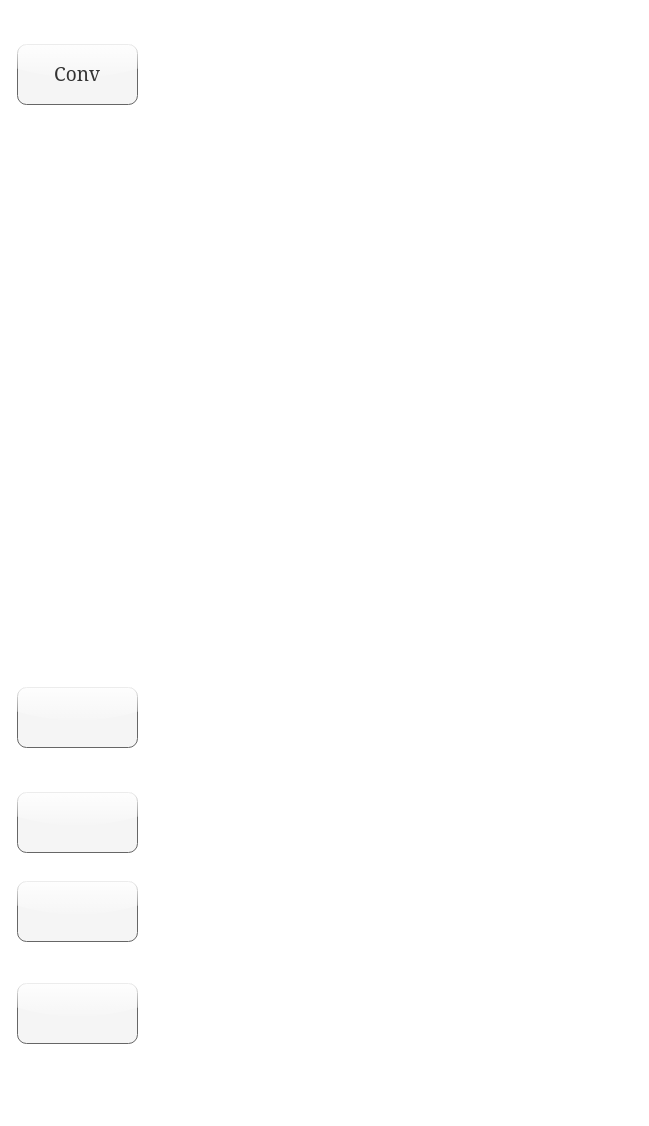
The draw.io diagram test.drawio in xingkongyuan22/xingkongyuan22, before the edit. Source tidied: cells renumbered, new cells numbered last; positions are measured from the earlier drawing's top-left corner, leaving out a move shared by most shapes. Both pictures are drawn from the tidied source at 100%, with x=0, y=0 at pixel (17, 44).
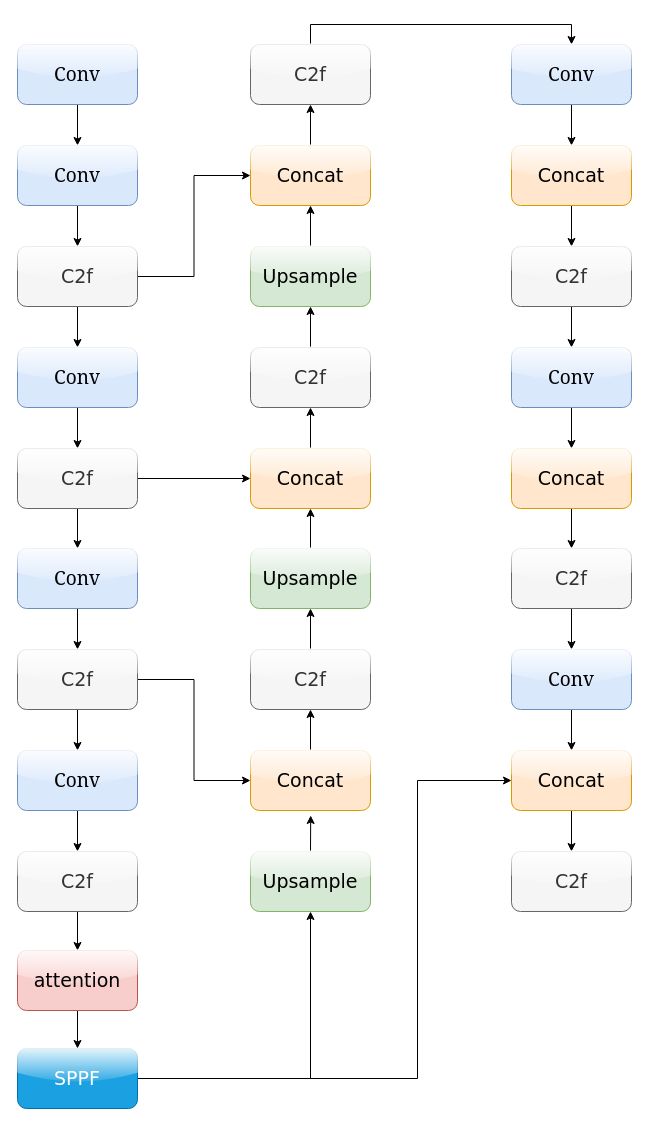
The same diagram, later.

The edit, as a diff of the source:
```diff
@@
+    <mxCell id="7" style="edgeStyle=orthogonalEdgeStyle;rounded=0;jettySize=auto;html=1;exitX=0.5;exitY=1;exitDx=0;exitDy=0;entryX=0.5;entryY=0;entryDx=0;entryDy=0;" parent="1" edge="1" source="2" target="9">
+      <mxGeometry relative="1" as="geometry" />
+    </mxCell>
-    <mxCell id="2" value="&lt;font face=&quot;Georgia&quot; style=&quot;font-size: 19px;&quot;&gt;Conv&lt;/font&gt;" style="rounded=1;whiteSpace=wrap;html=1;glass=1;fillColor=#f5f5f5;strokeColor=#666666;fontColor=#333333;" parent="1" vertex="1">
+    <mxCell id="2" value="&lt;font face=&quot;Georgia&quot; style=&quot;font-size: 19px;&quot;&gt;Conv&lt;/font&gt;" style="rounded=1;whiteSpace=wrap;html=1;glass=1;fillColor=#dae8fc;strokeColor=#6c8ebf;" parent="1" vertex="1">
       <mxGeometry width="120" height="60" as="geometry" />
     </mxCell>
-    <mxCell id="3" style="rounded=1;whiteSpace=wrap;html=1;glass=1;fillColor=#f5f5f5;strokeColor=#666666;fontColor=#333333;" parent="1" vertex="1">
-      <mxGeometry y="643" width="120" height="60" as="geometry" />
-    </mxCell>
-    <mxCell id="4" style="rounded=1;whiteSpace=wrap;html=1;glass=1;fillColor=#f5f5f5;strokeColor=#666666;fontColor=#333333;" parent="1" vertex="1">
-      <mxGeometry y="748" width="120" height="60" as="geometry" />
-    </mxCell>
-    <mxCell id="5" style="rounded=1;whiteSpace=wrap;html=1;glass=1;fillColor=#f5f5f5;strokeColor=#666666;fontColor=#333333;" parent="1" vertex="1">
-      <mxGeometry y="837" width="120" height="60" as="geometry" />
-    </mxCell>
-    <mxCell id="6" style="rounded=1;whiteSpace=wrap;html=1;glass=1;fillColor=#f5f5f5;strokeColor=#666666;fontColor=#333333;" parent="1" vertex="1">
-      <mxGeometry y="939" width="120" height="60" as="geometry" />
-    </mxCell>
+    <mxCell id="8" style="edgeStyle=orthogonalEdgeStyle;rounded=0;jettySize=auto;html=1;exitX=0.5;exitY=1;exitDx=0;exitDy=0;" parent="1" edge="1" source="9" target="12">
+      <mxGeometry relative="1" as="geometry" />
+    </mxCell>
+    <mxCell id="9" value="&lt;font face=&quot;Georgia&quot; style=&quot;font-size: 19px;&quot;&gt;Conv&lt;/font&gt;" style="rounded=1;whiteSpace=wrap;html=1;glass=1;fillColor=#dae8fc;strokeColor=#6c8ebf;" parent="1" vertex="1">
+      <mxGeometry y="101" width="120" height="60" as="geometry" />
+    </mxCell>
+    <mxCell id="10" style="edgeStyle=orthogonalEdgeStyle;rounded=0;jettySize=auto;html=1;exitX=0.5;exitY=1;exitDx=0;exitDy=0;" parent="1" edge="1" source="12" target="14">
+      <mxGeometry relative="1" as="geometry" />
+    </mxCell>
+    <mxCell id="11" style="edgeStyle=orthogonalEdgeStyle;rounded=0;jettySize=auto;html=1;exitX=1;exitY=0.5;exitDx=0;exitDy=0;entryX=0;entryY=0.5;entryDx=0;entryDy=0;" parent="1" edge="1" source="12" target="47">
+      <mxGeometry relative="1" as="geometry" />
+    </mxCell>
+    <mxCell id="12" value="&lt;font face=&quot;Verdana&quot;&gt;&lt;font style=&quot;font-size: 19px;&quot;&gt;C&lt;/font&gt;&lt;font style=&quot;font-size: 19px;&quot;&gt;2f&lt;/font&gt;&lt;/font&gt;" style="rounded=1;whiteSpace=wrap;html=1;glass=1;fillColor=#f5f5f5;fontColor=#333333;strokeColor=#666666;" parent="1" vertex="1">
+      <mxGeometry y="202" width="120" height="60" as="geometry" />
+    </mxCell>
+    <mxCell id="13" style="edgeStyle=orthogonalEdgeStyle;rounded=0;jettySize=auto;html=1;exitX=0.5;exitY=1;exitDx=0;exitDy=0;" parent="1" edge="1" source="14" target="17">
+      <mxGeometry relative="1" as="geometry" />
+    </mxCell>
+    <mxCell id="14" value="&lt;font face=&quot;Georgia&quot; style=&quot;font-size: 19px;&quot;&gt;Conv&lt;/font&gt;" style="rounded=1;whiteSpace=wrap;html=1;glass=1;fillColor=#dae8fc;strokeColor=#6c8ebf;" parent="1" vertex="1">
+      <mxGeometry y="303" width="120" height="60" as="geometry" />
+    </mxCell>
+    <mxCell id="15" style="edgeStyle=orthogonalEdgeStyle;rounded=0;jettySize=auto;html=1;exitX=0.5;exitY=1;exitDx=0;exitDy=0;entryX=0.5;entryY=0;entryDx=0;entryDy=0;" parent="1" edge="1" source="17" target="19">
+      <mxGeometry relative="1" as="geometry" />
+    </mxCell>
+    <mxCell id="16" style="edgeStyle=orthogonalEdgeStyle;rounded=0;jettySize=auto;html=1;exitX=1;exitY=0.5;exitDx=0;exitDy=0;" parent="1" edge="1" source="17" target="35">
+      <mxGeometry relative="1" as="geometry" />
+    </mxCell>
+    <mxCell id="17" value="&lt;font face=&quot;Verdana&quot;&gt;&lt;font style=&quot;font-size: 19px;&quot;&gt;C&lt;/font&gt;&lt;font style=&quot;font-size: 19px;&quot;&gt;2f&lt;/font&gt;&lt;/font&gt;" style="rounded=1;whiteSpace=wrap;html=1;glass=1;fillColor=#f5f5f5;fontColor=#333333;strokeColor=#666666;" parent="1" vertex="1">
+      <mxGeometry y="404" width="120" height="60" as="geometry" />
+    </mxCell>
+    <mxCell id="18" style="edgeStyle=orthogonalEdgeStyle;rounded=0;jettySize=auto;html=1;exitX=0.5;exitY=1;exitDx=0;exitDy=0;entryX=0.5;entryY=0;entryDx=0;entryDy=0;" parent="1" edge="1" source="19" target="22">
+      <mxGeometry relative="1" as="geometry" />
+    </mxCell>
+    <mxCell id="19" value="&lt;font face=&quot;Georgia&quot; style=&quot;font-size: 19px;&quot;&gt;Conv&lt;/font&gt;" style="rounded=1;whiteSpace=wrap;html=1;glass=1;fillColor=#dae8fc;strokeColor=#6c8ebf;" parent="1" vertex="1">
+      <mxGeometry y="504" width="120" height="60" as="geometry" />
+    </mxCell>
+    <mxCell id="20" style="edgeStyle=orthogonalEdgeStyle;rounded=0;jettySize=auto;html=1;exitX=0.5;exitY=1;exitDx=0;exitDy=0;entryX=0.5;entryY=0;entryDx=0;entryDy=0;" parent="1" edge="1" source="22" target="24">
+      <mxGeometry relative="1" as="geometry" />
+    </mxCell>
+    <mxCell id="21" style="edgeStyle=orthogonalEdgeStyle;rounded=0;jettySize=auto;html=1;exitX=1;exitY=0.5;exitDx=0;exitDy=0;entryX=0;entryY=0.5;entryDx=0;entryDy=0;" parent="1" edge="1" source="22" target="41">
+      <mxGeometry relative="1" as="geometry" />
+    </mxCell>
+    <mxCell id="22" value="&lt;font face=&quot;Verdana&quot;&gt;&lt;font style=&quot;font-size: 19px;&quot;&gt;C&lt;/font&gt;&lt;font style=&quot;font-size: 19px;&quot;&gt;2f&lt;/font&gt;&lt;/font&gt;" style="rounded=1;whiteSpace=wrap;html=1;glass=1;fillColor=#f5f5f5;fontColor=#333333;strokeColor=#666666;" parent="1" vertex="1">
+      <mxGeometry y="605" width="120" height="60" as="geometry" />
+    </mxCell>
+    <mxCell id="23" style="edgeStyle=orthogonalEdgeStyle;rounded=0;jettySize=auto;html=1;exitX=0.5;exitY=1;exitDx=0;exitDy=0;" parent="1" edge="1" source="24" target="26">
+      <mxGeometry relative="1" as="geometry" />
+    </mxCell>
+    <mxCell id="24" value="&lt;font face=&quot;Georgia&quot; style=&quot;font-size: 19px;&quot;&gt;Conv&lt;/font&gt;" style="rounded=1;whiteSpace=wrap;html=1;glass=1;fillColor=#dae8fc;strokeColor=#6c8ebf;" parent="1" vertex="1">
+      <mxGeometry y="706" width="120" height="60" as="geometry" />
+    </mxCell>
+    <mxCell id="25" style="edgeStyle=orthogonalEdgeStyle;rounded=0;jettySize=auto;html=1;exitX=0.5;exitY=1;exitDx=0;exitDy=0;entryX=0.5;entryY=0;entryDx=0;entryDy=0;" parent="1" edge="1" source="26" target="31">
+      <mxGeometry relative="1" as="geometry" />
+    </mxCell>
+    <mxCell id="26" value="&lt;font face=&quot;Verdana&quot;&gt;&lt;font style=&quot;font-size: 19px;&quot;&gt;C&lt;/font&gt;&lt;font style=&quot;font-size: 19px;&quot;&gt;2f&lt;/font&gt;&lt;/font&gt;" style="rounded=1;whiteSpace=wrap;html=1;glass=1;fillColor=#f5f5f5;fontColor=#333333;strokeColor=#666666;" parent="1" vertex="1">
+      <mxGeometry y="807" width="120" height="60" as="geometry" />
+    </mxCell>
+    <mxCell id="27" style="edgeStyle=orthogonalEdgeStyle;rounded=0;jettySize=auto;html=1;exitX=1;exitY=0.5;exitDx=0;exitDy=0;entryX=0.5;entryY=1;entryDx=0;entryDy=0;" parent="1" edge="1" source="29" target="43">
+      <mxGeometry relative="1" as="geometry" />
+    </mxCell>
+    <mxCell id="28" style="edgeStyle=orthogonalEdgeStyle;rounded=0;jettySize=auto;html=1;exitX=1;exitY=0.5;exitDx=0;exitDy=0;entryX=0;entryY=0.5;entryDx=0;entryDy=0;" parent="1" edge="1" source="29" target="65">
+      <mxGeometry relative="1" as="geometry">
+        <Array as="points">
+          <mxPoint x="400" y="1034" />
+          <mxPoint x="400" y="736" />
+        </Array>
+      </mxGeometry>
+    </mxCell>
+    <mxCell id="29" value="&lt;font face=&quot;Verdana&quot;&gt;&lt;span style=&quot;font-size: 19px;&quot;&gt;SPPF&lt;/span&gt;&lt;/font&gt;" style="rounded=1;whiteSpace=wrap;html=1;glass=1;fillColor=#1ba1e2;fontColor=#ffffff;strokeColor=#006EAF;" parent="1" vertex="1">
+      <mxGeometry y="1004" width="120" height="60" as="geometry" />
+    </mxCell>
+    <mxCell id="30" style="edgeStyle=orthogonalEdgeStyle;rounded=0;jettySize=auto;html=1;exitX=0.5;exitY=1;exitDx=0;exitDy=0;entryX=0.5;entryY=0;entryDx=0;entryDy=0;" parent="1" edge="1" source="31" target="29">
+      <mxGeometry relative="1" as="geometry" />
+    </mxCell>
+    <mxCell id="31" value="&lt;font face=&quot;Verdana&quot;&gt;&lt;span style=&quot;font-size: 19px;&quot;&gt;attention&lt;/span&gt;&lt;/font&gt;" style="rounded=1;whiteSpace=wrap;html=1;glass=1;fillColor=#f8cecc;strokeColor=#b85450;" parent="1" vertex="1">
+      <mxGeometry y="906" width="120" height="60" as="geometry" />
+    </mxCell>
+    <mxCell id="32" style="edgeStyle=orthogonalEdgeStyle;rounded=0;jettySize=auto;html=1;exitX=0.5;exitY=0;exitDx=0;exitDy=0;" parent="1" edge="1" source="33" target="49">
+      <mxGeometry relative="1" as="geometry" />
+    </mxCell>
+    <mxCell id="33" value="&lt;font face=&quot;Verdana&quot;&gt;&lt;font style=&quot;font-size: 19px;&quot;&gt;C&lt;/font&gt;&lt;font style=&quot;font-size: 19px;&quot;&gt;2f&lt;/font&gt;&lt;/font&gt;" style="rounded=1;whiteSpace=wrap;html=1;glass=1;fillColor=#f5f5f5;fontColor=#333333;strokeColor=#666666;flipH=1;" parent="1" vertex="1">
+      <mxGeometry x="233" y="303" width="120" height="60" as="geometry" />
+    </mxCell>
+    <mxCell id="34" style="edgeStyle=orthogonalEdgeStyle;rounded=0;jettySize=auto;html=1;exitX=0.5;exitY=0;exitDx=0;exitDy=0;entryX=0.5;entryY=1;entryDx=0;entryDy=0;" parent="1" edge="1" source="35" target="33">
+      <mxGeometry relative="1" as="geometry" />
+    </mxCell>
+    <mxCell id="35" value="&lt;font face=&quot;Verdana&quot;&gt;&lt;span style=&quot;font-size: 19px;&quot;&gt;Concat&lt;/span&gt;&lt;/font&gt;" style="rounded=1;whiteSpace=wrap;html=1;glass=1;fillColor=#ffe6cc;strokeColor=#d79b00;flipH=1;" parent="1" vertex="1">
+      <mxGeometry x="233" y="404" width="120" height="60" as="geometry" />
+    </mxCell>
+    <mxCell id="36" style="edgeStyle=orthogonalEdgeStyle;rounded=0;jettySize=auto;html=1;exitX=0.5;exitY=0;exitDx=0;exitDy=0;entryX=0.5;entryY=1;entryDx=0;entryDy=0;" parent="1" edge="1" source="37" target="35">
+      <mxGeometry relative="1" as="geometry" />
+    </mxCell>
+    <mxCell id="37" value="&lt;font face=&quot;Verdana&quot;&gt;&lt;span style=&quot;font-size: 19px;&quot;&gt;Upsample&lt;/span&gt;&lt;/font&gt;" style="rounded=1;whiteSpace=wrap;html=1;glass=1;fillColor=#d5e8d4;strokeColor=#82b366;flipH=1;" parent="1" vertex="1">
+      <mxGeometry x="233" y="504" width="120" height="60" as="geometry" />
+    </mxCell>
+    <mxCell id="38" style="edgeStyle=orthogonalEdgeStyle;rounded=0;jettySize=auto;html=1;exitX=0.5;exitY=0;exitDx=0;exitDy=0;entryX=0.5;entryY=1;entryDx=0;entryDy=0;" parent="1" edge="1" source="39" target="37">
+      <mxGeometry relative="1" as="geometry" />
+    </mxCell>
+    <mxCell id="39" value="&lt;font face=&quot;Verdana&quot;&gt;&lt;font style=&quot;font-size: 19px;&quot;&gt;C&lt;/font&gt;&lt;font style=&quot;font-size: 19px;&quot;&gt;2f&lt;/font&gt;&lt;/font&gt;" style="rounded=1;whiteSpace=wrap;html=1;glass=1;fillColor=#f5f5f5;fontColor=#333333;strokeColor=#666666;flipH=1;" parent="1" vertex="1">
+      <mxGeometry x="233" y="605" width="120" height="60" as="geometry" />
+    </mxCell>
+    <mxCell id="40" style="edgeStyle=orthogonalEdgeStyle;rounded=0;jettySize=auto;html=1;exitX=0.5;exitY=0;exitDx=0;exitDy=0;entryX=0.5;entryY=1;entryDx=0;entryDy=0;" parent="1" edge="1" source="41" target="39">
+      <mxGeometry relative="1" as="geometry" />
+    </mxCell>
+    <mxCell id="41" value="&lt;font face=&quot;Verdana&quot;&gt;&lt;span style=&quot;font-size: 19px;&quot;&gt;Concat&lt;/span&gt;&lt;/font&gt;" style="rounded=1;whiteSpace=wrap;html=1;glass=1;fillColor=#ffe6cc;strokeColor=#d79b00;flipH=1;" parent="1" vertex="1">
+      <mxGeometry x="233" y="706" width="120" height="60" as="geometry" />
+    </mxCell>
+    <mxCell id="42" style="edgeStyle=orthogonalEdgeStyle;rounded=0;jettySize=auto;html=1;exitX=0.5;exitY=0;exitDx=0;exitDy=0;" parent="1" edge="1" source="43">
+      <mxGeometry relative="1" as="geometry">
+        <mxPoint x="293.2" y="771" as="targetPoint" />
+      </mxGeometry>
+    </mxCell>
+    <mxCell id="43" value="&lt;font face=&quot;Verdana&quot;&gt;&lt;span style=&quot;font-size: 19px;&quot;&gt;Upsample&lt;/span&gt;&lt;/font&gt;" style="rounded=1;whiteSpace=wrap;html=1;glass=1;fillColor=#d5e8d4;strokeColor=#82b366;flipH=1;" parent="1" vertex="1">
+      <mxGeometry x="233" y="807" width="120" height="60" as="geometry" />
+    </mxCell>
+    <mxCell id="44" style="edgeStyle=orthogonalEdgeStyle;rounded=0;jettySize=auto;html=1;exitX=0.5;exitY=0;exitDx=0;exitDy=0;entryX=0.5;entryY=0;entryDx=0;entryDy=0;" parent="1" edge="1" source="45" target="51">
+      <mxGeometry relative="1" as="geometry" />
+    </mxCell>
+    <mxCell id="45" value="&lt;font face=&quot;Verdana&quot;&gt;&lt;font style=&quot;font-size: 19px;&quot;&gt;C&lt;/font&gt;&lt;font style=&quot;font-size: 19px;&quot;&gt;2f&lt;/font&gt;&lt;/font&gt;" style="rounded=1;whiteSpace=wrap;html=1;glass=1;fillColor=#f5f5f5;fontColor=#333333;strokeColor=#666666;flipH=1;" parent="1" vertex="1">
+      <mxGeometry x="233" width="120" height="60" as="geometry" />
+    </mxCell>
+    <mxCell id="46" style="edgeStyle=orthogonalEdgeStyle;rounded=0;jettySize=auto;html=1;exitX=0.5;exitY=0;exitDx=0;exitDy=0;entryX=0.5;entryY=1;entryDx=0;entryDy=0;" parent="1" edge="1" source="47" target="45">
+      <mxGeometry relative="1" as="geometry" />
+    </mxCell>
+    <mxCell id="47" value="&lt;font face=&quot;Verdana&quot;&gt;&lt;span style=&quot;font-size: 19px;&quot;&gt;Concat&lt;/span&gt;&lt;/font&gt;" style="rounded=1;whiteSpace=wrap;html=1;glass=1;fillColor=#ffe6cc;strokeColor=#d79b00;flipH=1;" parent="1" vertex="1">
+      <mxGeometry x="233" y="101" width="120" height="60" as="geometry" />
+    </mxCell>
+    <mxCell id="48" style="edgeStyle=orthogonalEdgeStyle;rounded=0;jettySize=auto;html=1;exitX=0.5;exitY=0;exitDx=0;exitDy=0;entryX=0.5;entryY=1;entryDx=0;entryDy=0;" parent="1" edge="1" source="49" target="47">
+      <mxGeometry relative="1" as="geometry" />
+    </mxCell>
+    <mxCell id="49" value="&lt;font face=&quot;Verdana&quot;&gt;&lt;span style=&quot;font-size: 19px;&quot;&gt;Upsample&lt;/span&gt;&lt;/font&gt;" style="rounded=1;whiteSpace=wrap;html=1;glass=1;fillColor=#d5e8d4;strokeColor=#82b366;flipH=1;" parent="1" vertex="1">
+      <mxGeometry x="233" y="202" width="120" height="60" as="geometry" />
+    </mxCell>
+    <mxCell id="50" style="edgeStyle=orthogonalEdgeStyle;rounded=0;jettySize=auto;html=1;exitX=0.5;exitY=1;exitDx=0;exitDy=0;entryX=0.5;entryY=0;entryDx=0;entryDy=0;" parent="1" edge="1" source="51" target="53">
+      <mxGeometry relative="1" as="geometry" />
+    </mxCell>
+    <mxCell id="51" value="&lt;font face=&quot;Georgia&quot; style=&quot;font-size: 19px;&quot;&gt;Conv&lt;/font&gt;" style="rounded=1;whiteSpace=wrap;html=1;glass=1;fillColor=#dae8fc;strokeColor=#6c8ebf;" parent="1" vertex="1">
+      <mxGeometry x="494" width="120" height="60" as="geometry" />
+    </mxCell>
+    <mxCell id="52" style="edgeStyle=orthogonalEdgeStyle;rounded=0;jettySize=auto;html=1;exitX=0.5;exitY=1;exitDx=0;exitDy=0;entryX=0.5;entryY=0;entryDx=0;entryDy=0;" parent="1" edge="1" source="53" target="55">
+      <mxGeometry relative="1" as="geometry" />
+    </mxCell>
+    <mxCell id="53" value="&lt;font face=&quot;Verdana&quot;&gt;&lt;span style=&quot;font-size: 19px;&quot;&gt;Concat&lt;/span&gt;&lt;/font&gt;" style="rounded=1;whiteSpace=wrap;html=1;glass=1;fillColor=#ffe6cc;strokeColor=#d79b00;" parent="1" vertex="1">
+      <mxGeometry x="494" y="101" width="120" height="60" as="geometry" />
+    </mxCell>
+    <mxCell id="54" style="edgeStyle=orthogonalEdgeStyle;rounded=0;jettySize=auto;html=1;exitX=0.5;exitY=1;exitDx=0;exitDy=0;entryX=0.5;entryY=0;entryDx=0;entryDy=0;" parent="1" edge="1" source="55" target="57">
+      <mxGeometry relative="1" as="geometry" />
+    </mxCell>
+    <mxCell id="55" value="&lt;font face=&quot;Verdana&quot;&gt;&lt;font style=&quot;font-size: 19px;&quot;&gt;C&lt;/font&gt;&lt;font style=&quot;font-size: 19px;&quot;&gt;2f&lt;/font&gt;&lt;/font&gt;" style="rounded=1;whiteSpace=wrap;html=1;glass=1;fillColor=#f5f5f5;fontColor=#333333;strokeColor=#666666;" parent="1" vertex="1">
+      <mxGeometry x="494" y="202" width="120" height="60" as="geometry" />
+    </mxCell>
+    <mxCell id="56" style="edgeStyle=orthogonalEdgeStyle;rounded=0;jettySize=auto;html=1;exitX=0.5;exitY=1;exitDx=0;exitDy=0;entryX=0.5;entryY=0;entryDx=0;entryDy=0;" parent="1" edge="1" source="57" target="59">
+      <mxGeometry relative="1" as="geometry" />
+    </mxCell>
+    <mxCell id="57" value="&lt;font face=&quot;Georgia&quot; style=&quot;font-size: 19px;&quot;&gt;Conv&lt;/font&gt;" style="rounded=1;whiteSpace=wrap;html=1;glass=1;fillColor=#dae8fc;strokeColor=#6c8ebf;" parent="1" vertex="1">
+      <mxGeometry x="494" y="303" width="120" height="60" as="geometry" />
+    </mxCell>
+    <mxCell id="58" style="edgeStyle=orthogonalEdgeStyle;rounded=0;jettySize=auto;html=1;exitX=0.5;exitY=1;exitDx=0;exitDy=0;entryX=0.5;entryY=0;entryDx=0;entryDy=0;" parent="1" edge="1" source="59" target="61">
+      <mxGeometry relative="1" as="geometry" />
+    </mxCell>
+    <mxCell id="59" value="&lt;font face=&quot;Verdana&quot;&gt;&lt;span style=&quot;font-size: 19px;&quot;&gt;Concat&lt;/span&gt;&lt;/font&gt;" style="rounded=1;whiteSpace=wrap;html=1;glass=1;fillColor=#ffe6cc;strokeColor=#d79b00;" parent="1" vertex="1">
+      <mxGeometry x="494" y="404" width="120" height="60" as="geometry" />
+    </mxCell>
+    <mxCell id="60" style="edgeStyle=orthogonalEdgeStyle;rounded=0;jettySize=auto;html=1;exitX=0.5;exitY=1;exitDx=0;exitDy=0;entryX=0.5;entryY=0;entryDx=0;entryDy=0;" parent="1" edge="1" source="61" target="63">
+      <mxGeometry relative="1" as="geometry" />
+    </mxCell>
+    <mxCell id="61" value="&lt;font face=&quot;Verdana&quot;&gt;&lt;font style=&quot;font-size: 19px;&quot;&gt;C&lt;/font&gt;&lt;font style=&quot;font-size: 19px;&quot;&gt;2f&lt;/font&gt;&lt;/font&gt;" style="rounded=1;whiteSpace=wrap;html=1;glass=1;fillColor=#f5f5f5;fontColor=#333333;strokeColor=#666666;" parent="1" vertex="1">
+      <mxGeometry x="494" y="504" width="120" height="60" as="geometry" />
+    </mxCell>
+    <mxCell id="62" style="edgeStyle=orthogonalEdgeStyle;rounded=0;jettySize=auto;html=1;exitX=0.5;exitY=1;exitDx=0;exitDy=0;entryX=0.5;entryY=0;entryDx=0;entryDy=0;" parent="1" edge="1" source="63" target="65">
+      <mxGeometry relative="1" as="geometry" />
+    </mxCell>
+    <mxCell id="63" value="&lt;font face=&quot;Georgia&quot; style=&quot;font-size: 19px;&quot;&gt;Conv&lt;/font&gt;" style="rounded=1;whiteSpace=wrap;html=1;glass=1;fillColor=#dae8fc;strokeColor=#6c8ebf;" parent="1" vertex="1">
+      <mxGeometry x="494" y="605" width="120" height="60" as="geometry" />
+    </mxCell>
+    <mxCell id="64" style="edgeStyle=orthogonalEdgeStyle;rounded=0;jettySize=auto;html=1;exitX=0.5;exitY=1;exitDx=0;exitDy=0;entryX=0.5;entryY=0;entryDx=0;entryDy=0;" parent="1" edge="1" source="65" target="66">
+      <mxGeometry relative="1" as="geometry" />
+    </mxCell>
+    <mxCell id="65" value="&lt;font face=&quot;Verdana&quot;&gt;&lt;span style=&quot;font-size: 19px;&quot;&gt;Concat&lt;/span&gt;&lt;/font&gt;" style="rounded=1;whiteSpace=wrap;html=1;glass=1;fillColor=#ffe6cc;strokeColor=#d79b00;" parent="1" vertex="1">
+      <mxGeometry x="494" y="706" width="120" height="60" as="geometry" />
+    </mxCell>
+    <mxCell id="66" value="&lt;font face=&quot;Verdana&quot;&gt;&lt;font style=&quot;font-size: 19px;&quot;&gt;C&lt;/font&gt;&lt;font style=&quot;font-size: 19px;&quot;&gt;2f&lt;/font&gt;&lt;/font&gt;" style="rounded=1;whiteSpace=wrap;html=1;glass=1;fillColor=#f5f5f5;fontColor=#333333;strokeColor=#666666;" parent="1" vertex="1">
+      <mxGeometry x="494" y="807" width="120" height="60" as="geometry" />
+    </mxCell>
```
